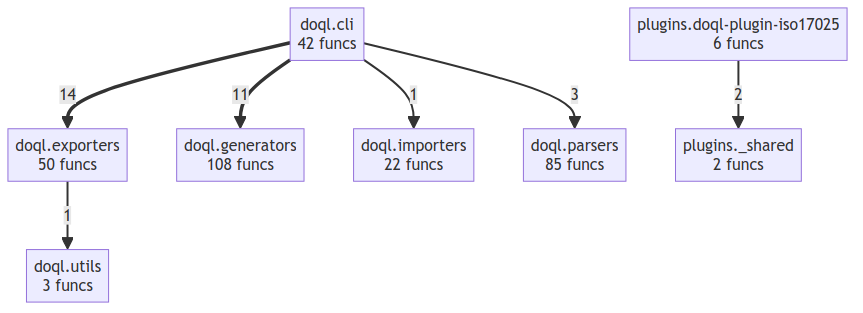
This is project/compact_flow.png from oqlos/doql, a Mermaid export, as it was before one commit. Its source is kept beside it as project/compact_flow.mmd.
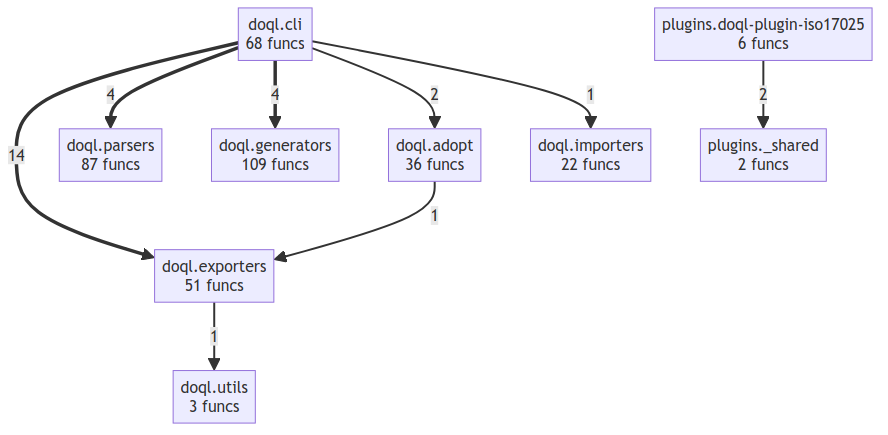
After the commit.

What changed in the source:
```diff
@@ -1,15 +1,18 @@
 flowchart TD
-    doql__cli["doql.cli<br/>42 funcs"]
-    doql__exporters["doql.exporters<br/>50 funcs"]
-    doql__generators["doql.generators<br/>108 funcs"]
+    doql__adopt["doql.adopt<br/>36 funcs"]
+    doql__cli["doql.cli<br/>68 funcs"]
+    doql__exporters["doql.exporters<br/>51 funcs"]
+    doql__generators["doql.generators<br/>109 funcs"]
     doql__importers["doql.importers<br/>22 funcs"]
-    doql__parsers["doql.parsers<br/>85 funcs"]
+    doql__parsers["doql.parsers<br/>87 funcs"]
     doql__utils["doql.utils<br/>3 funcs"]
     plugins___shared["plugins._shared<br/>2 funcs"]
     plugins__doql_plugin_iso17025["plugins.doql-plugin-iso17025<br/>6 funcs"]
     doql__cli ==>|14| doql__exporters
-    doql__cli ==>|11| doql__generators
-    doql__cli -->|3| doql__parsers
+    doql__cli ==>|4| doql__parsers
+    doql__cli ==>|4| doql__generators
     plugins__doql_plugin_iso17025 -->|2| plugins___shared
+    doql__cli -->|2| doql__adopt
     doql__cli -->|1| doql__importers
     doql__exporters -->|1| doql__utils
+    doql__adopt -->|1| doql__exporters
```
